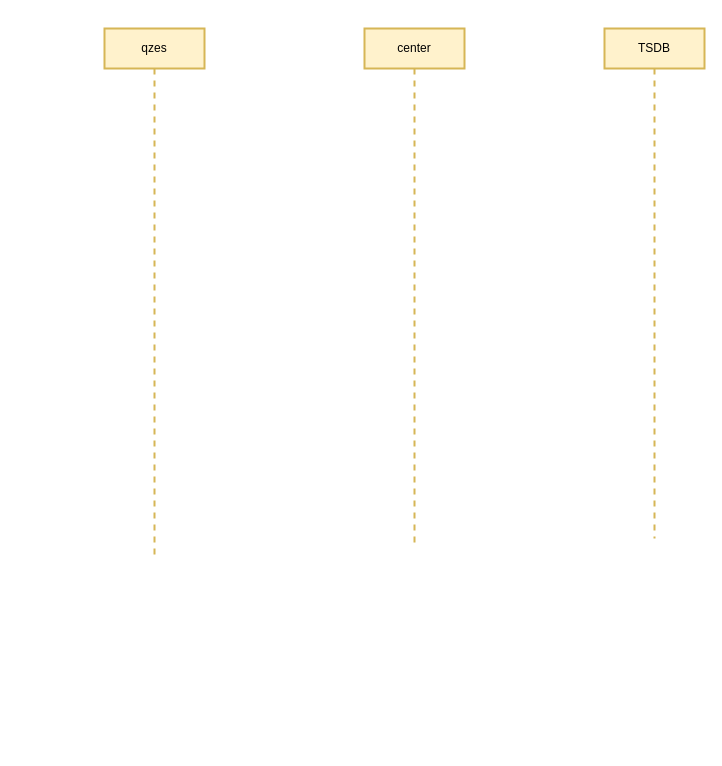
The draw.io diagram 未命名绘图.drawio in smilefisher/images, before the edit. Source tidied: cells renumbered, new cells numbered last; positions are measured from the earlier drawing's top-left corner, leaving out a move shared by most shapes. Both pictures are drawn from the tidied source at 100%, with x=0, y=0 at pixel (104, 28).
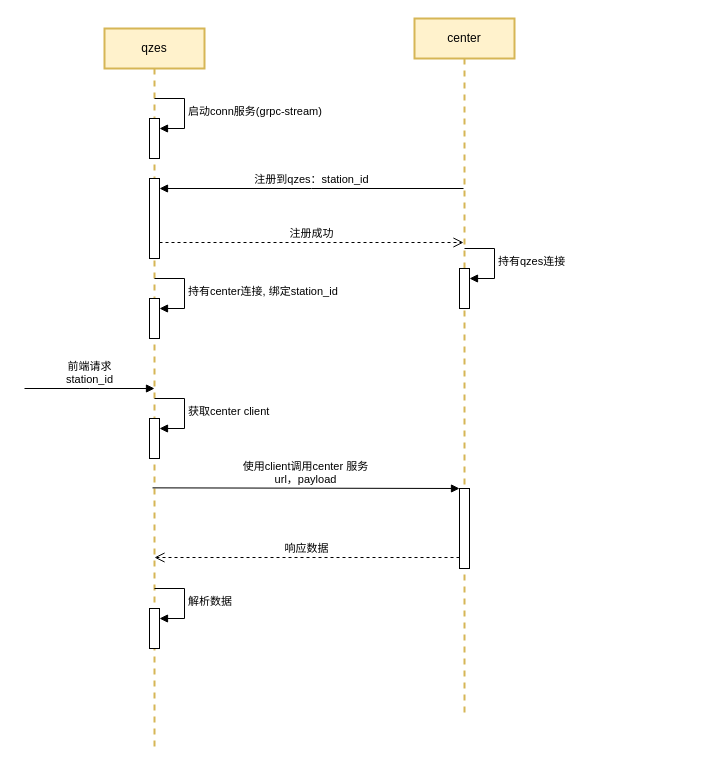
The same diagram, later.

Commit message:
更新未命名绘图.drawio

What changed in the source:
```diff
@@
     <mxCell id="2" value="qzes" style="shape=umlLifeline;perimeter=lifelinePerimeter;whiteSpace=wrap;html=1;outlineConnect=0;portConstraint=eastwest;newEdgeStyle={&quot;edgeStyle&quot;:&quot;elbowEdgeStyle&quot;,&quot;elbow&quot;:&quot;vertical&quot;,&quot;curved&quot;:0,&quot;rounded&quot;:0};fillColor=#fff2cc;strokeColor=#d6b656;strokeWidth=2;" parent="1" vertex="1">
-      <mxGeometry width="100" height="530" as="geometry" />
+      <mxGeometry width="100" height="720" as="geometry" />
     </mxCell>
+    <mxCell id="5" style="html=1;points=[];perimeter=orthogonalPerimeter;outlineConnect=0;targetShapes=umlLifeline;portConstraint=eastwest;newEdgeStyle={&quot;edgeStyle&quot;:&quot;elbowEdgeStyle&quot;,&quot;elbow&quot;:&quot;vertical&quot;,&quot;curved&quot;:0,&quot;rounded&quot;:0};" parent="2" vertex="1">
+      <mxGeometry x="45" y="90" width="10" height="40" as="geometry" />
+    </mxCell>
+    <mxCell id="6" value="启动conn服务(grpc-stream)" style="html=1;align=left;spacingLeft=2;endArrow=block;rounded=0;edgeStyle=orthogonalEdgeStyle;curved=0;rounded=0;" parent="2" edge="1" target="5">
+      <mxGeometry relative="1" as="geometry">
+        <mxPoint x="50" y="70" as="sourcePoint" />
+        <Array as="points">
+          <mxPoint x="80" y="100" />
+        </Array>
+      </mxGeometry>
+    </mxCell>
+    <mxCell id="7" style="html=1;perimeter=orthogonalPerimeter;targetShapes=umlLifeline;newEdgeStyle={&quot;edgeStyle&quot;:&quot;elbowEdgeStyle&quot;,&quot;elbow&quot;:&quot;vertical&quot;,&quot;curved&quot;:0,&quot;rounded&quot;:0};" parent="2" vertex="1">
+      <mxGeometry x="45" y="150" width="10" height="80" as="geometry" />
+    </mxCell>
+    <mxCell id="8" style="html=1;points=[];perimeter=orthogonalPerimeter;outlineConnect=0;targetShapes=umlLifeline;portConstraint=eastwest;newEdgeStyle={&quot;edgeStyle&quot;:&quot;elbowEdgeStyle&quot;,&quot;elbow&quot;:&quot;vertical&quot;,&quot;curved&quot;:0,&quot;rounded&quot;:0};" parent="2" vertex="1">
+      <mxGeometry x="45" y="270" width="10" height="40" as="geometry" />
+    </mxCell>
+    <mxCell id="9" value="持有center连接,&amp;nbsp;绑定station_id" style="html=1;align=left;spacingLeft=2;endArrow=block;rounded=0;edgeStyle=orthogonalEdgeStyle;curved=0;rounded=0;" parent="2" edge="1" target="8">
+      <mxGeometry relative="1" as="geometry">
+        <mxPoint x="50" y="250" as="sourcePoint" />
+        <Array as="points">
+          <mxPoint x="80" y="280" />
+        </Array>
+      </mxGeometry>
+    </mxCell>
+    <mxCell id="10" style="html=1;points=[];perimeter=orthogonalPerimeter;outlineConnect=0;targetShapes=umlLifeline;portConstraint=eastwest;newEdgeStyle={&quot;edgeStyle&quot;:&quot;elbowEdgeStyle&quot;,&quot;elbow&quot;:&quot;vertical&quot;,&quot;curved&quot;:0,&quot;rounded&quot;:0};" parent="2" vertex="1">
+      <mxGeometry x="45" y="390" width="10" height="40" as="geometry" />
+    </mxCell>
+    <mxCell id="11" value="获取center client" style="html=1;align=left;spacingLeft=2;endArrow=block;rounded=0;edgeStyle=orthogonalEdgeStyle;curved=0;rounded=0;" parent="2" edge="1" target="10">
+      <mxGeometry relative="1" as="geometry">
+        <mxPoint x="50" y="370" as="sourcePoint" />
+        <Array as="points">
+          <mxPoint x="80" y="400" />
+        </Array>
+      </mxGeometry>
+    </mxCell>
+    <mxCell id="12" style="html=1;points=[];perimeter=orthogonalPerimeter;outlineConnect=0;targetShapes=umlLifeline;portConstraint=eastwest;newEdgeStyle={&quot;edgeStyle&quot;:&quot;elbowEdgeStyle&quot;,&quot;elbow&quot;:&quot;vertical&quot;,&quot;curved&quot;:0,&quot;rounded&quot;:0};" parent="2" vertex="1">
+      <mxGeometry x="45" y="580" width="10" height="40" as="geometry" />
+    </mxCell>
+    <mxCell id="13" value="解析数据" style="html=1;align=left;spacingLeft=2;endArrow=block;rounded=0;edgeStyle=orthogonalEdgeStyle;curved=0;rounded=0;" parent="2" edge="1" target="12">
+      <mxGeometry relative="1" as="geometry">
+        <mxPoint x="50" y="560" as="sourcePoint" />
+        <Array as="points">
+          <mxPoint x="80" y="590" />
+        </Array>
+      </mxGeometry>
+    </mxCell>
     <mxCell id="3" value="center" style="shape=umlLifeline;perimeter=lifelinePerimeter;whiteSpace=wrap;html=1;newEdgeStyle={&quot;edgeStyle&quot;:&quot;elbowEdgeStyle&quot;,&quot;elbow&quot;:&quot;vertical&quot;,&quot;curved&quot;:0,&quot;rounded&quot;:0};fillColor=#fff2cc;strokeColor=#d6b656;strokeWidth=2;" parent="1" vertex="1">
-      <mxGeometry x="260" width="100" height="520" as="geometry" />
+      <mxGeometry x="310" y="-10" width="100" height="700" as="geometry" />
     </mxCell>
-    <mxCell id="4" value="TSDB" style="shape=umlLifeline;perimeter=lifelinePerimeter;whiteSpace=wrap;html=1;newEdgeStyle={&quot;edgeStyle&quot;:&quot;elbowEdgeStyle&quot;,&quot;elbow&quot;:&quot;vertical&quot;,&quot;curved&quot;:0,&quot;rounded&quot;:0};fillColor=#fff2cc;strokeColor=#d6b656;strokeWidth=2;" parent="1" vertex="1">
-      <mxGeometry x="500" width="100" height="510" as="geometry" />
-    </mxCell>
+    <mxCell id="14" style="html=1;points=[];perimeter=orthogonalPerimeter;outlineConnect=0;targetShapes=umlLifeline;portConstraint=eastwest;newEdgeStyle={&quot;edgeStyle&quot;:&quot;elbowEdgeStyle&quot;,&quot;elbow&quot;:&quot;vertical&quot;,&quot;curved&quot;:0,&quot;rounded&quot;:0};" parent="3" vertex="1">
+      <mxGeometry x="45" y="250" width="10" height="40" as="geometry" />
+    </mxCell>
+    <mxCell id="15" value="持有qzes连接" style="html=1;align=left;spacingLeft=2;endArrow=block;rounded=0;edgeStyle=orthogonalEdgeStyle;curved=0;rounded=0;" parent="3" edge="1" target="14">
+      <mxGeometry relative="1" as="geometry">
+        <mxPoint x="50" y="230" as="sourcePoint" />
+        <Array as="points">
+          <mxPoint x="80" y="260" />
+        </Array>
+      </mxGeometry>
+    </mxCell>
+    <mxCell id="16" style="html=1;points=[];perimeter=orthogonalPerimeter;outlineConnect=0;targetShapes=umlLifeline;portConstraint=eastwest;newEdgeStyle={&quot;edgeStyle&quot;:&quot;elbowEdgeStyle&quot;,&quot;elbow&quot;:&quot;vertical&quot;,&quot;curved&quot;:0,&quot;rounded&quot;:0};" parent="3" vertex="1">
+      <mxGeometry x="45" y="470" width="10" height="80" as="geometry" />
+    </mxCell>
+    <mxCell id="17" value="注册到qzes：station_id" style="html=1;verticalAlign=bottom;endArrow=block;edgeStyle=elbowEdgeStyle;elbow=vertical;curved=0;rounded=0;" parent="1" edge="1">
+      <mxGeometry relative="1" as="geometry">
+        <mxPoint x="359" y="160" as="sourcePoint" />
+        <mxPoint x="55" y="160" as="targetPoint" />
+      </mxGeometry>
+    </mxCell>
+    <mxCell id="18" value="注册成功" style="html=1;verticalAlign=bottom;endArrow=open;dashed=1;endSize=8;edgeStyle=elbowEdgeStyle;elbow=horizontal;curved=0;rounded=0;" parent="1" edge="1">
+      <mxGeometry relative="1" as="geometry">
+        <mxPoint x="55" y="214" as="sourcePoint" />
+        <mxPoint x="359" y="214" as="targetPoint" />
+      </mxGeometry>
+    </mxCell>
+    <mxCell id="19" value="前端请求&lt;br&gt;station_id" style="html=1;verticalAlign=bottom;endArrow=block;edgeStyle=elbowEdgeStyle;elbow=horizontal;curved=0;rounded=0;" parent="1" edge="1">
+      <mxGeometry relative="1" as="geometry">
+        <mxPoint x="-80" y="360" as="sourcePoint" />
+        <mxPoint x="50" y="360" as="targetPoint" />
+      </mxGeometry>
+    </mxCell>
+    <mxCell id="20" value="使用client调用center&amp;nbsp;服务&lt;br&gt;url，payload" style="html=1;verticalAlign=bottom;endArrow=block;edgeStyle=elbowEdgeStyle;elbow=vertical;curved=0;rounded=0;exitX=0.48;exitY=0.638;exitDx=0;exitDy=0;exitPerimeter=0;" parent="1" edge="1" source="2" target="16">
+      <mxGeometry relative="1" as="geometry" />
+    </mxCell>
+    <mxCell id="21" value="响应数据" style="html=1;verticalAlign=bottom;endArrow=open;dashed=1;endSize=8;edgeStyle=elbowEdgeStyle;elbow=vertical;curved=0;rounded=0;" parent="1" edge="1">
+      <mxGeometry relative="1" as="geometry">
+        <mxPoint x="355" y="529" as="sourcePoint" />
+        <mxPoint x="50" y="529" as="targetPoint" />
+      </mxGeometry>
+    </mxCell>
```
